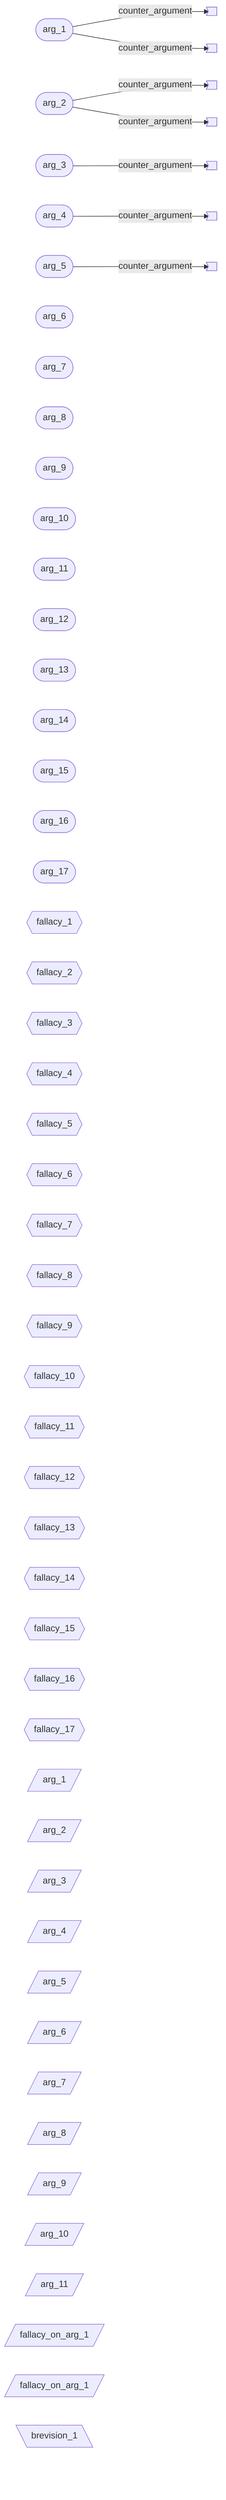
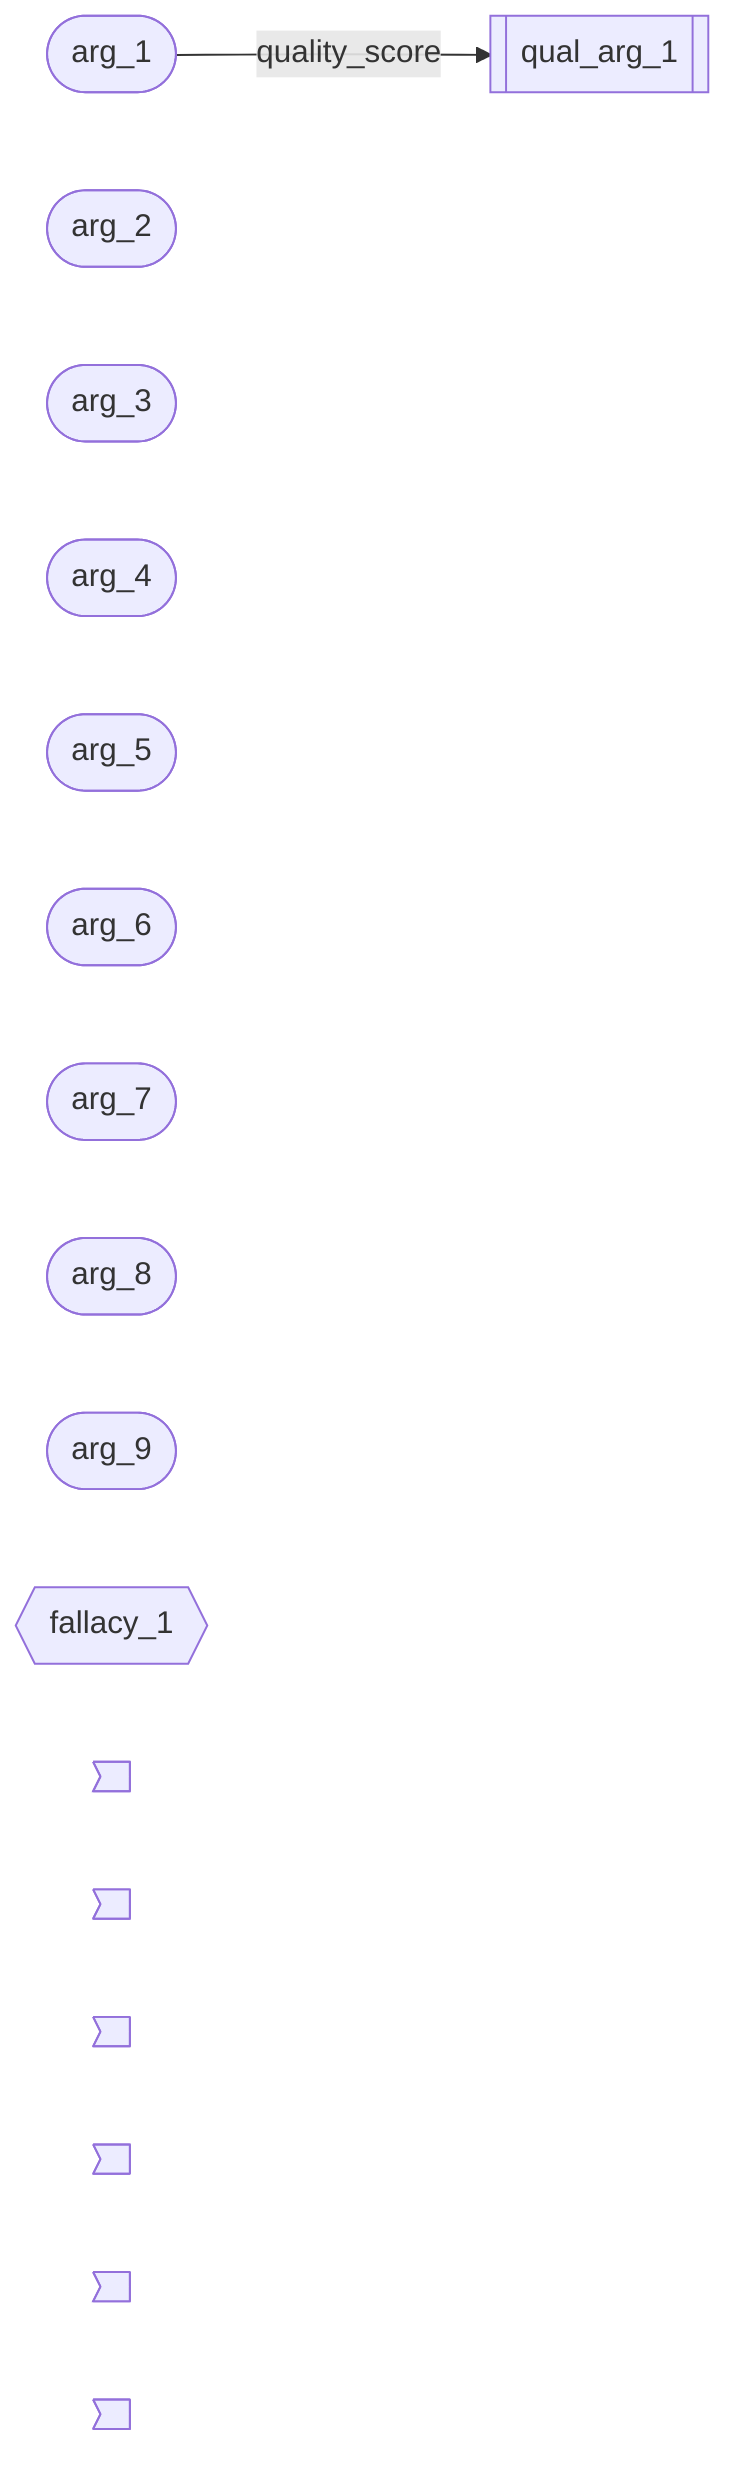
graph LR
  arg_1(["arg_1"])
  arg_2(["arg_2"])
  arg_3(["arg_3"])
  arg_4(["arg_4"])
  arg_5(["arg_5"])
  arg_6(["arg_6"])
  arg_7(["arg_7"])
  arg_8(["arg_8"])
  arg_9(["arg_9"])
-   arg_10(["arg_10"])
-   arg_11(["arg_11"])
-   arg_12(["arg_12"])
-   arg_13(["arg_13"])
-   arg_14(["arg_14"])
-   arg_15(["arg_15"])
-   arg_16(["arg_16"])
-   arg_17(["arg_17"])
  fallacy_1{{"fallacy_1"}}
-   fallacy_2{{"fallacy_2"}}
-   fallacy_3{{"fallacy_3"}}
-   fallacy_4{{"fallacy_4"}}
-   fallacy_5{{"fallacy_5"}}
-   fallacy_6{{"fallacy_6"}}
-   fallacy_7{{"fallacy_7"}}
-   fallacy_8{{"fallacy_8"}}
-   fallacy_9{{"fallacy_9"}}
-   fallacy_10{{"fallacy_10"}}
-   fallacy_11{{"fallacy_11"}}
-   fallacy_12{{"fallacy_12"}}
-   fallacy_13{{"fallacy_13"}}
-   fallacy_14{{"fallacy_14"}}
-   fallacy_15{{"fallacy_15"}}
-   fallacy_16{{"fallacy_16"}}
-   fallacy_17{{"fallacy_17"}}
-   jtms_1[/"arg_1"/]
-   jtms_2[/"arg_2"/]
-   jtms_3[/"arg_3"/]
-   jtms_4[/"arg_4"/]
-   jtms_5[/"arg_5"/]
-   jtms_6[/"arg_6"/]
-   jtms_7[/"arg_7"/]
-   jtms_8[/"arg_8"/]
-   jtms_9[/"arg_9"/]
-   jtms_10[/"arg_10"/]
-   jtms_11[/"arg_11"/]
-   jtms_12[/"fallacy_on_arg_1"/]
-   jtms_13[/"fallacy_on_arg_1"/]
-   brevision_1[\"brevision_1"\]
  ca_1>"<scrubbed>"]
  ca_2>"<scrubbed>"]
  ca_3>"<scrubbed>"]
  ca_4>"<scrubbed>"]
  ca_5>"<scrubbed>"]
  ca_6>"<scrubbed>"]
-   ca_7>"<scrubbed>"]
-   arg_1 -->|counter_argument| ca_1
-   arg_2 -->|counter_argument| ca_2
-   arg_3 -->|counter_argument| ca_3
-   arg_4 -->|counter_argument| ca_4
-   arg_5 -->|counter_argument| ca_5
-   arg_1 -->|counter_argument| ca_6
-   arg_2 -->|counter_argument| ca_7+   qual_arg_1[["qual_arg_1"]]
+   arg_1 -->|quality_score| qual_arg_1